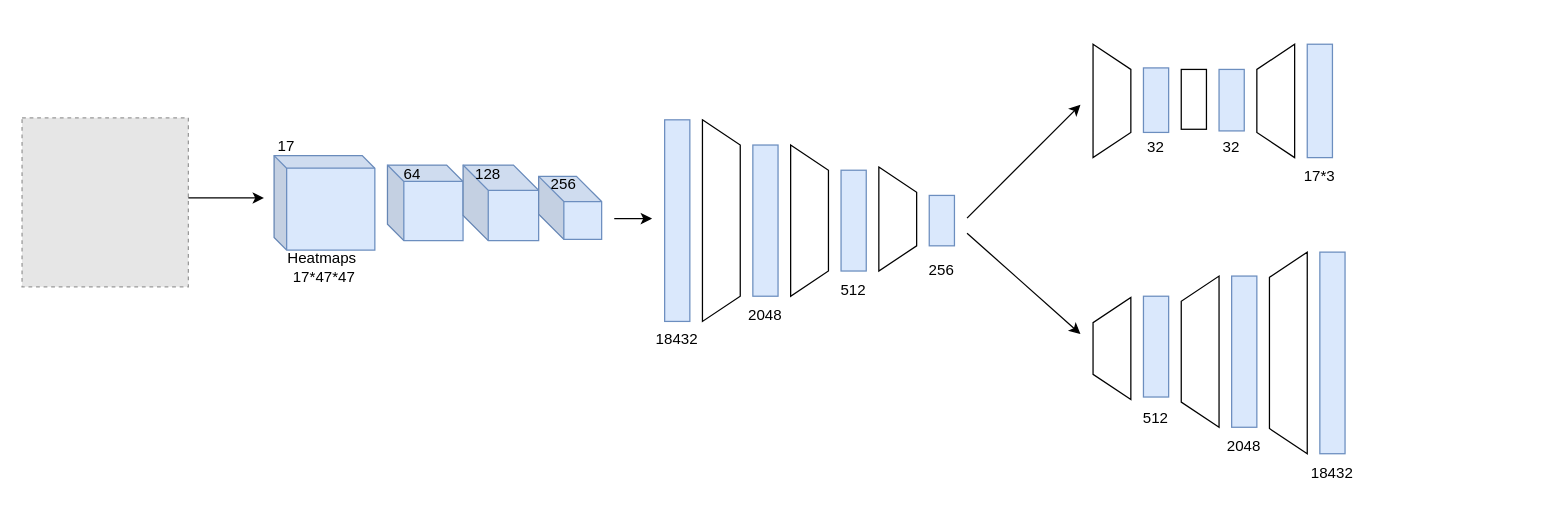
Earlier version of the draw.io diagram Untitled Diagram.drawio (kellydingzx/i_cant_understand_grahics). Source tidied: cells renumbered, new cells numbered last; positions are measured from the earlier drawing's top-left corner, leaving out a move shared by most shapes. Both pictures are drawn from the tidied source at 126%, with x=0, y=0 at pixel (21, 44). Pictures stored in the file or linked from it are replaced by grey dashed boxes.
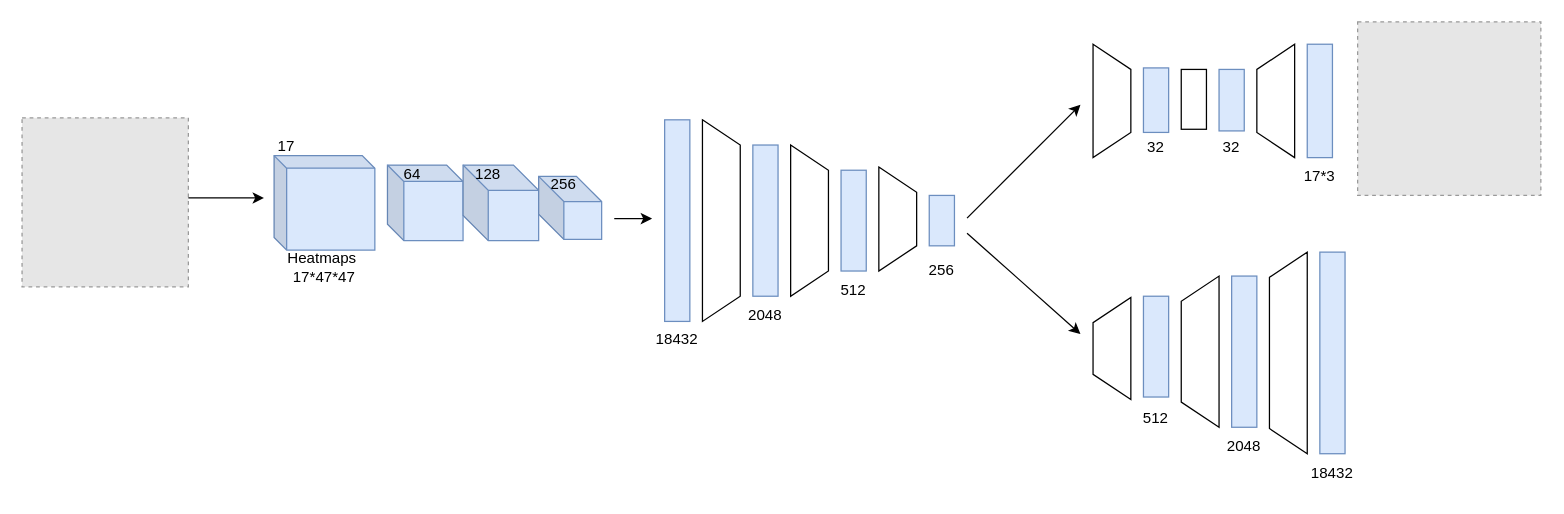
After the change.

The edit, as a diff of the source:
```diff
@@
+    <mxCell id="45" style="fillColor=#E6E6E6;strokeColor=#999999;dashed=1;verticalLabelPosition=bottom;labelBackgroundColor=default;verticalAlign=top;" parent="1" vertex="1">
+      <mxGeometry x="1060" y="-18.1" width="145.4" height="137.7" as="geometry" />
+    </mxCell>
```
